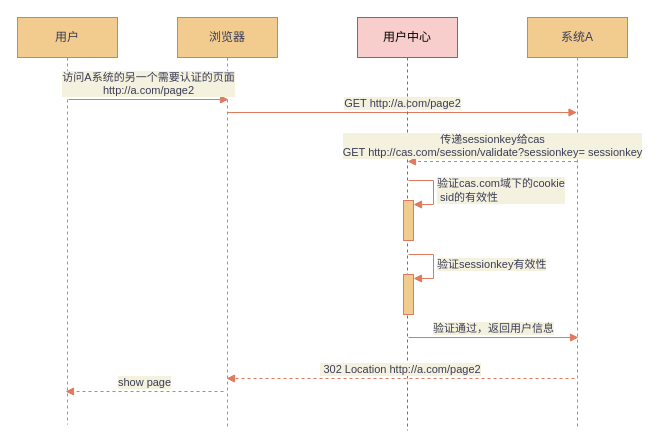
Above: CAS用户登录流程3.drawio in liliang1213/diagram (draw.io), before the change. Source tidied: cells renumbered, new cells numbered last; positions are measured from the earlier drawing's top-left corner, leaving out a move shared by most shapes. Both pictures are drawn from the tidied source at 100%, with x=0, y=0 at pixel (17, 17).
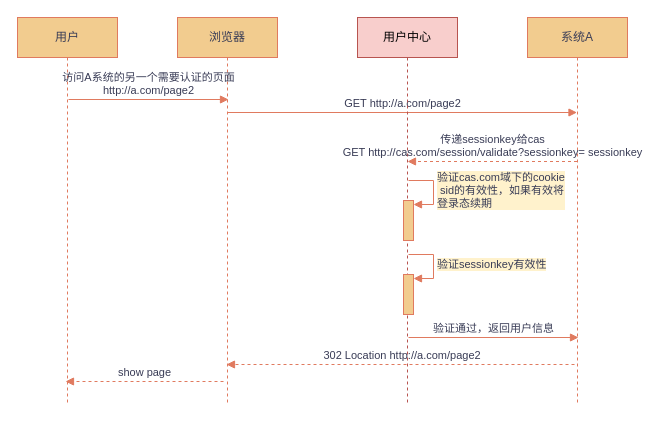
After the change.

Commit message:
Update CAS用户登录流程3.drawio

Change to the diagram source:
```diff
@@
-    <mxCell id="2" value="用户" style="shape=umlLifeline;perimeter=lifelinePerimeter;whiteSpace=wrap;html=1;fillColor=#F2CC8F;strokeColor=#E07A5F;fontColor=#393C56;" parent="1" vertex="1">
-      <mxGeometry width="100" height="407" as="geometry" />
+    <mxCell id="2" value="用户" style="shape=umlLifeline;perimeter=lifelinePerimeter;whiteSpace=wrap;html=1;fillColor=#F2CC8F;strokeColor=#E07A5F;fontColor=#393C56;labelBackgroundColor=none;" parent="1" vertex="1">
+      <mxGeometry width="100" height="385" as="geometry" />
     </mxCell>
-    <mxCell id="3" value="浏览器" style="shape=umlLifeline;perimeter=lifelinePerimeter;whiteSpace=wrap;html=1;fillColor=#F2CC8F;strokeColor=#E07A5F;fontColor=#393C56;" parent="1" vertex="1">
-      <mxGeometry x="160" width="100" height="410" as="geometry" />
+    <mxCell id="3" value="浏览器" style="shape=umlLifeline;perimeter=lifelinePerimeter;whiteSpace=wrap;html=1;fillColor=#F2CC8F;strokeColor=#E07A5F;fontColor=#393C56;labelBackgroundColor=none;" parent="1" vertex="1">
+      <mxGeometry x="160" width="100" height="385" as="geometry" />
     </mxCell>
-    <mxCell id="4" value="GET http://a.com/page2" style="html=1;verticalAlign=bottom;endArrow=block;strokeColor=#E07A5F;fontColor=#393C56;labelBackgroundColor=#F4F1DE;" parent="3" edge="1">
+    <mxCell id="4" value="GET http://a.com/page2" style="html=1;verticalAlign=bottom;endArrow=block;strokeColor=#E07A5F;fontColor=#393C56;labelBackgroundColor=none;" parent="3" edge="1">
       <mxGeometry relative="1" as="geometry">
         <mxPoint x="50" y="95" as="sourcePoint" />
         <mxPoint x="399.5" y="95" as="targetPoint" />
       </mxGeometry>
     </mxCell>
-    <mxCell id="5" value="用户中心" style="shape=umlLifeline;perimeter=lifelinePerimeter;whiteSpace=wrap;html=1;fillColor=#f8cecc;strokeColor=#b85450;" parent="1" vertex="1">
-      <mxGeometry x="340" width="100" height="413" as="geometry" />
+    <mxCell id="5" value="用户中心" style="shape=umlLifeline;perimeter=lifelinePerimeter;whiteSpace=wrap;html=1;fillColor=#f8cecc;strokeColor=#b85450;labelBackgroundColor=none;" parent="1" vertex="1">
+      <mxGeometry x="340" width="100" height="386" as="geometry" />
     </mxCell>
-    <mxCell id="6" value="验证sessionkey有效性" style="edgeStyle=orthogonalEdgeStyle;html=1;align=left;spacingLeft=2;endArrow=block;rounded=0;entryX=1;entryY=0;strokeColor=#E07A5F;fontColor=#393C56;labelBackgroundColor=#F4F1DE;" parent="5" edge="1">
+    <mxCell id="6" value="验证sessionkey有效性" style="edgeStyle=orthogonalEdgeStyle;html=1;align=left;spacingLeft=2;endArrow=block;rounded=0;entryX=1;entryY=0;strokeColor=#E07A5F;fontColor=#393C56;labelBackgroundColor=#FFF2CC;" parent="5" edge="1">
       <mxGeometry relative="1" as="geometry">
         <mxPoint x="51" y="237" as="sourcePoint" />
         <mxPoint x="56" y="261" as="targetPoint" />
         <Array as="points">
           <mxPoint x="76" y="237" />
         </Array>
       </mxGeometry>
     </mxCell>
-    <mxCell id="7" style="html=1;perimeter=orthogonalPerimeter;fillColor=#F2CC8F;strokeColor=#E07A5F;fontColor=#393C56;" parent="5" vertex="1">
+    <mxCell id="7" style="html=1;perimeter=orthogonalPerimeter;fillColor=#F2CC8F;strokeColor=#E07A5F;fontColor=#393C56;labelBackgroundColor=none;" parent="5" vertex="1">
       <mxGeometry x="46" y="257" width="10" height="40" as="geometry" />
     </mxCell>
-    <mxCell id="8" value="验证cas.com域下的cookie&lt;br&gt;&amp;nbsp;sid的有效性" style="edgeStyle=orthogonalEdgeStyle;html=1;align=left;spacingLeft=2;endArrow=block;rounded=0;entryX=1;entryY=0;strokeColor=#E07A5F;fontColor=#393C56;labelBackgroundColor=#F4F1DE;" parent="5" edge="1">
+    <mxCell id="8" value="验证cas.com域下的cookie&lt;br&gt;&amp;nbsp;sid的有效性，如果有效将&lt;br&gt;登录态续期" style="edgeStyle=orthogonalEdgeStyle;html=1;align=left;spacingLeft=2;endArrow=block;rounded=0;entryX=1;entryY=0;strokeColor=#E07A5F;fontColor=#393C56;labelBackgroundColor=#FFF2CC;" parent="5" edge="1">
       <mxGeometry relative="1" as="geometry">
         <mxPoint x="51" y="163" as="sourcePoint" />
         <mxPoint x="56" y="187" as="targetPoint" />
         <Array as="points">
           <mxPoint x="76" y="163" />
         </Array>
       </mxGeometry>
     </mxCell>
-    <mxCell id="9" style="html=1;perimeter=orthogonalPerimeter;fillColor=#F2CC8F;strokeColor=#E07A5F;fontColor=#393C56;" parent="5" vertex="1">
+    <mxCell id="9" style="html=1;perimeter=orthogonalPerimeter;fillColor=#F2CC8F;strokeColor=#E07A5F;fontColor=#393C56;labelBackgroundColor=none;" parent="5" vertex="1">
       <mxGeometry x="46" y="183" width="10" height="40" as="geometry" />
     </mxCell>
-    <mxCell id="10" value="系统A" style="shape=umlLifeline;perimeter=lifelinePerimeter;whiteSpace=wrap;html=1;fillColor=#F2CC8F;strokeColor=#E07A5F;fontColor=#393C56;" parent="1" vertex="1">
-      <mxGeometry x="510" width="100" height="410" as="geometry" />
+    <mxCell id="10" value="系统A" style="shape=umlLifeline;perimeter=lifelinePerimeter;whiteSpace=wrap;html=1;fillColor=#F2CC8F;strokeColor=#E07A5F;fontColor=#393C56;labelBackgroundColor=none;" parent="1" vertex="1">
+      <mxGeometry x="510" width="100" height="386" as="geometry" />
     </mxCell>
-    <mxCell id="11" value="传递sessionkey给cas&lt;br&gt;GET http://cas.com/session/validate?sessionkey=&amp;nbsp;sessionkey" style="html=1;verticalAlign=bottom;endArrow=block;strokeColor=#E07A5F;fontColor=#393C56;dashed=1;labelBackgroundColor=#F4F1DE;" parent="1" edge="1">
+    <mxCell id="11" value="传递sessionkey给cas&lt;br&gt;GET http://cas.com/session/validate?sessionkey=&amp;nbsp;sessionkey" style="html=1;verticalAlign=bottom;endArrow=block;strokeColor=#E07A5F;fontColor=#393C56;dashed=1;labelBackgroundColor=none;" parent="1" edge="1">
       <mxGeometry relative="1" as="geometry">
         <mxPoint x="559.5" y="144" as="sourcePoint" />
         <mxPoint x="390" y="144" as="targetPoint" />
       </mxGeometry>
     </mxCell>
-    <mxCell id="12" value="验证通过，返回用户信息" style="html=1;verticalAlign=bottom;endArrow=block;strokeColor=#E07A5F;fontColor=#393C56;labelBackgroundColor=#F4F1DE;" parent="1" edge="1">
+    <mxCell id="12" value="验证通过，返回用户信息" style="html=1;verticalAlign=bottom;endArrow=block;strokeColor=#E07A5F;fontColor=#393C56;labelBackgroundColor=none;" parent="1" edge="1">
       <mxGeometry relative="1" as="geometry">
         <mxPoint x="391" y="320" as="sourcePoint" />
         <mxPoint x="561" y="320" as="targetPoint" />
       </mxGeometry>
     </mxCell>
-    <mxCell id="13" value="&amp;nbsp;302 Location http://a.com/page2" style="html=1;verticalAlign=bottom;endArrow=block;strokeColor=#E07A5F;fontColor=#393C56;dashed=1;labelBackgroundColor=#F4F1DE;" parent="1" edge="1">
+    <mxCell id="13" value="&amp;nbsp;302 Location http://a.com/page2" style="html=1;verticalAlign=bottom;endArrow=block;strokeColor=#E07A5F;fontColor=#393C56;dashed=1;labelBackgroundColor=none;" parent="1" edge="1">
       <mxGeometry relative="1" as="geometry">
-        <mxPoint x="557" y="361" as="sourcePoint" />
-        <mxPoint x="209" y="361" as="targetPoint" />
+        <mxPoint x="557" y="347" as="sourcePoint" />
+        <mxPoint x="209" y="347" as="targetPoint" />
       </mxGeometry>
     </mxCell>
-    <mxCell id="14" value="show page" style="html=1;verticalAlign=bottom;endArrow=block;strokeColor=#E07A5F;fontColor=#393C56;dashed=1;labelBackgroundColor=#F4F1DE;" parent="1" edge="1">
+    <mxCell id="14" value="show page" style="html=1;verticalAlign=bottom;endArrow=block;strokeColor=#E07A5F;fontColor=#393C56;dashed=1;labelBackgroundColor=none;" parent="1" edge="1">
       <mxGeometry relative="1" as="geometry">
-        <mxPoint x="206" y="374" as="sourcePoint" />
-        <mxPoint x="48" y="374" as="targetPoint" />
+        <mxPoint x="206" y="364" as="sourcePoint" />
+        <mxPoint x="48" y="364" as="targetPoint" />
       </mxGeometry>
     </mxCell>
-    <mxCell id="15" value="访问A系统的另一个需要认证的页面&lt;br&gt;http://a.com/page2" style="html=1;verticalAlign=bottom;endArrow=block;strokeColor=#E07A5F;fontColor=#393C56;labelBackgroundColor=#F4F1DE;" parent="1" edge="1">
+    <mxCell id="15" value="访问A系统的另一个需要认证的页面&lt;br&gt;http://a.com/page2" style="html=1;verticalAlign=bottom;endArrow=block;strokeColor=#E07A5F;fontColor=#393C56;labelBackgroundColor=none;" parent="1" edge="1">
       <mxGeometry relative="1" as="geometry">
         <mxPoint x="51" y="82" as="sourcePoint" />
         <mxPoint x="211" y="82" as="targetPoint" />
       </mxGeometry>
     </mxCell>
```
